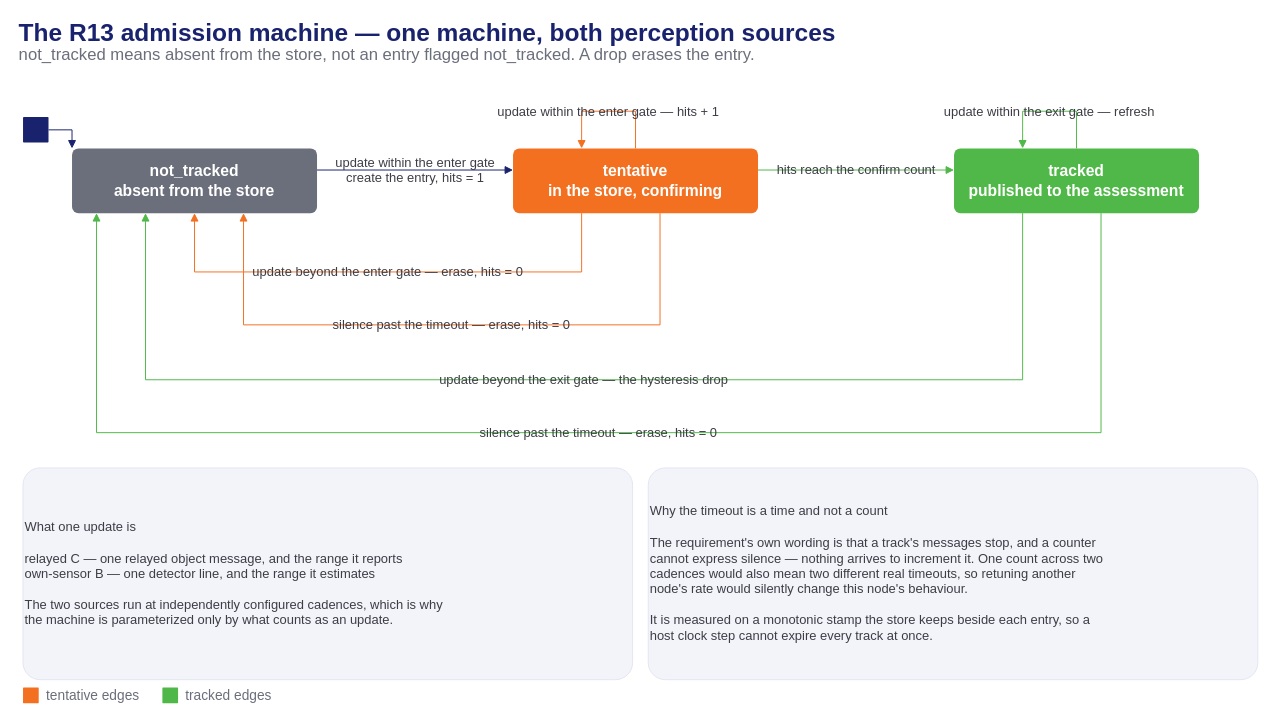
mnpham2101/FPT-Hackathon2026 keeps this draw.io diagram as presentation/assets/phase2-4-ada-admission.drawio. Above is the earlier version. Source tidied: cells renumbered, new cells numbered last; positions are measured from the earlier drawing's top-left corner, leaving out a move shared by most shapes. Both pictures are drawn from the tidied source at 98%, with x=0, y=0 at pixel (17, 21).
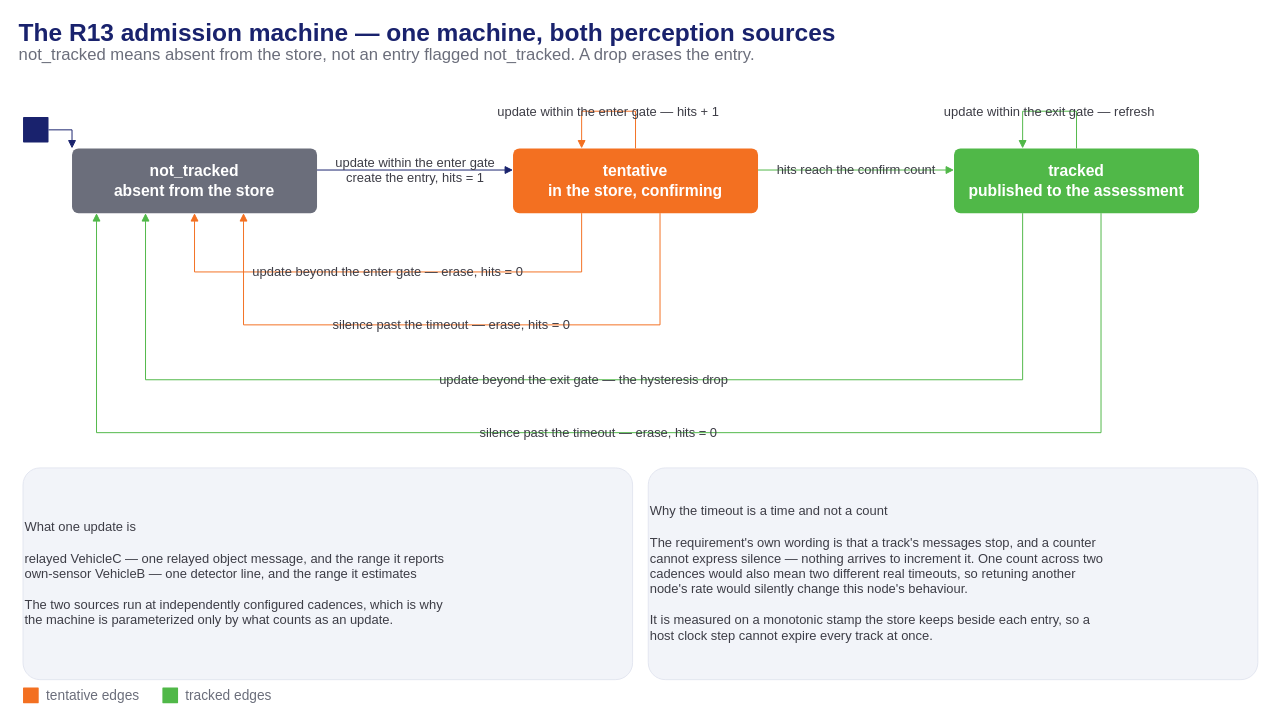
The same page after the edit.

The edit, as a diff of the source:
```diff
@@
-    <mxCell id="17" value="What one update is&#10;&#10;relayed C — one relayed object message, and the range it reports&#10;own-sensor B — one detector line, and the range it estimates&#10;&#10;The two sources run at independently configured cadences, which is why&#10;the machine is parameterized only by what counts as an update." style="rounded=1;arcSize=8;html=1;fillColor=#f2f4f9;strokeColor=#e3e6f0;fontColor=#3d3d46;fontSize=13.2;fontStyle=0;whiteSpace=wrap;verticalAlign=middle;align=left;" parent="1" vertex="1">
+    <mxCell id="17" value="What one update is&#10;&#10;relayed VehicleC — one relayed object message, and the range it reports&#10;own-sensor VehicleB — one detector line, and the range it estimates&#10;&#10;The two sources run at independently configured cadences, which is why&#10;the machine is parameterized only by what counts as an update." style="rounded=1;arcSize=8;html=1;fillColor=#f2f4f9;strokeColor=#e3e6f0;fontColor=#3d3d46;fontSize=13.2;fontStyle=0;whiteSpace=wrap;verticalAlign=middle;align=left;" parent="1" vertex="1">
       <mxGeometry x="6" y="456" width="622" height="216" as="geometry" />
     </mxCell>
```
